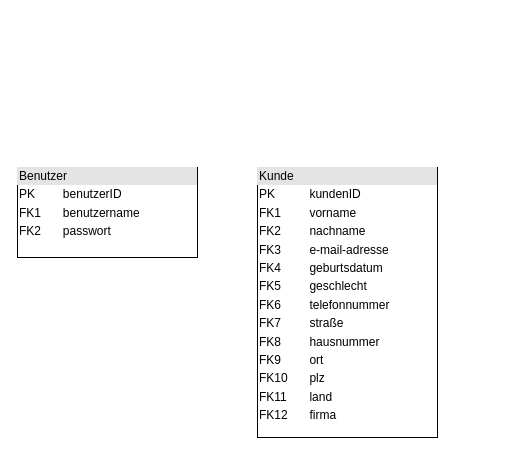
Brotbeutel/Kundenverwaltung keeps this draw.io diagram as Docs/Diagramme/UML.drawio. Above is the earlier version. Source tidied: cells renumbered, new cells numbered last; positions are measured from the earlier drawing's top-left corner, leaving out a move shared by most shapes. Both pictures are drawn from the tidied source at 100%, with x=0, y=0 at pixel (17, 167).
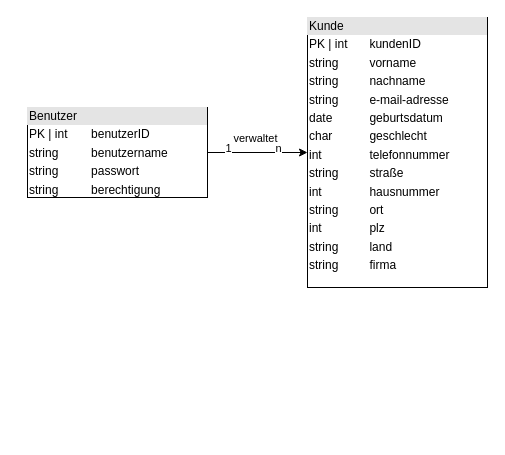
Above is the later version.

The edit, as a diff of the source:
```diff
@@
 <mxGraphModel>
   <root>
     <mxCell id="0" />
     <mxCell id="1" parent="0" />
-    <mxCell id="2" value="&lt;div style=&quot;box-sizing: border-box; width: 100%; background: rgb(228, 228, 228); padding: 2px;&quot;&gt;Kunde&lt;/div&gt;&lt;table style=&quot;width:100%;font-size:1em;&quot; cellpadding=&quot;2&quot; cellspacing=&quot;0&quot;&gt;&lt;tbody&gt;&lt;tr&gt;&lt;td&gt;PK&lt;/td&gt;&lt;td&gt;kundenID&lt;/td&gt;&lt;/tr&gt;&lt;tr&gt;&lt;td&gt;FK1&lt;/td&gt;&lt;td&gt;vorname&lt;/td&gt;&lt;/tr&gt;&lt;tr&gt;&lt;td&gt;FK2&lt;/td&gt;&lt;td&gt;nachname&lt;/td&gt;&lt;/tr&gt;&lt;tr&gt;&lt;td&gt;FK3&lt;/td&gt;&lt;td&gt;e-mail-adresse&lt;/td&gt;&lt;/tr&gt;&lt;tr&gt;&lt;td&gt;FK4&lt;/td&gt;&lt;td&gt;geburtsdatum&lt;/td&gt;&lt;/tr&gt;&lt;tr&gt;&lt;td&gt;FK5&lt;/td&gt;&lt;td&gt;geschlecht&lt;/td&gt;&lt;/tr&gt;&lt;tr&gt;&lt;td&gt;FK6&lt;/td&gt;&lt;td&gt;telefonnummer&lt;/td&gt;&lt;/tr&gt;&lt;tr&gt;&lt;td&gt;FK7&lt;/td&gt;&lt;td&gt;straße&lt;/td&gt;&lt;/tr&gt;&lt;tr&gt;&lt;td&gt;FK8&lt;/td&gt;&lt;td&gt;hausnummer&lt;/td&gt;&lt;/tr&gt;&lt;tr&gt;&lt;td&gt;FK9&lt;/td&gt;&lt;td&gt;ort&lt;/td&gt;&lt;/tr&gt;&lt;tr&gt;&lt;td&gt;FK10&lt;/td&gt;&lt;td&gt;plz&lt;/td&gt;&lt;/tr&gt;&lt;tr&gt;&lt;td&gt;FK11&lt;/td&gt;&lt;td&gt;land&lt;/td&gt;&lt;/tr&gt;&lt;tr&gt;&lt;td&gt;FK12&lt;/td&gt;&lt;td&gt;firma&lt;/td&gt;&lt;/tr&gt;&lt;/tbody&gt;&lt;/table&gt;" style="verticalAlign=top;align=left;overflow=fill;html=1;whiteSpace=wrap;" parent="1" vertex="1">
-      <mxGeometry x="240" width="180" height="270" as="geometry" />
+    <mxCell id="2" value="&lt;div style=&quot;box-sizing: border-box; width: 100%; background: rgb(228, 228, 228); padding: 2px;&quot;&gt;Kunde&lt;/div&gt;&lt;table style=&quot;width:100%;font-size:1em;&quot; cellpadding=&quot;2&quot; cellspacing=&quot;0&quot;&gt;&lt;tbody&gt;&lt;tr&gt;&lt;td&gt;PK | int&lt;/td&gt;&lt;td&gt;kundenID&lt;/td&gt;&lt;/tr&gt;&lt;tr&gt;&lt;td&gt;string&lt;/td&gt;&lt;td&gt;vorname&lt;/td&gt;&lt;/tr&gt;&lt;tr&gt;&lt;td&gt;string&lt;/td&gt;&lt;td&gt;nachname&lt;/td&gt;&lt;/tr&gt;&lt;tr&gt;&lt;td&gt;string&lt;/td&gt;&lt;td&gt;e-mail-adresse&lt;/td&gt;&lt;/tr&gt;&lt;tr&gt;&lt;td&gt;date&lt;/td&gt;&lt;td&gt;geburtsdatum&lt;/td&gt;&lt;/tr&gt;&lt;tr&gt;&lt;td&gt;char&lt;/td&gt;&lt;td&gt;geschlecht&lt;/td&gt;&lt;/tr&gt;&lt;tr&gt;&lt;td&gt;int&lt;/td&gt;&lt;td&gt;telefonnummer&lt;/td&gt;&lt;/tr&gt;&lt;tr&gt;&lt;td&gt;string&lt;/td&gt;&lt;td&gt;straße&lt;/td&gt;&lt;/tr&gt;&lt;tr&gt;&lt;td&gt;int&lt;/td&gt;&lt;td&gt;hausnummer&lt;/td&gt;&lt;/tr&gt;&lt;tr&gt;&lt;td&gt;string&lt;/td&gt;&lt;td&gt;ort&lt;/td&gt;&lt;/tr&gt;&lt;tr&gt;&lt;td&gt;int&lt;/td&gt;&lt;td&gt;plz&lt;/td&gt;&lt;/tr&gt;&lt;tr&gt;&lt;td&gt;string&lt;/td&gt;&lt;td&gt;land&lt;/td&gt;&lt;/tr&gt;&lt;tr&gt;&lt;td&gt;string&lt;/td&gt;&lt;td&gt;firma&lt;/td&gt;&lt;/tr&gt;&lt;/tbody&gt;&lt;/table&gt;" style="verticalAlign=top;align=left;overflow=fill;html=1;whiteSpace=wrap;" parent="1" vertex="1">
+      <mxGeometry x="290" y="-150" width="180" height="270" as="geometry" />
     </mxCell>
+    <mxCell id="4" style="edgeStyle=orthogonalEdgeStyle;rounded=0;jettySize=auto;html=1;" parent="1" edge="1" source="3" target="2">
+      <mxGeometry relative="1" as="geometry" />
+    </mxCell>
+    <mxCell id="5" value="1" style="edgeLabel;html=1;align=center;verticalAlign=middle;" parent="4" vertex="1">
+      <mxGeometry x="-0.67" relative="1" as="geometry">
+        <mxPoint x="4" y="-5" as="offset" />
+      </mxGeometry>
+    </mxCell>
+    <mxCell id="6" value="n" style="edgeLabel;html=1;align=center;verticalAlign=middle;" parent="4" vertex="1">
+      <mxGeometry x="0.7" y="3" relative="1" as="geometry">
+        <mxPoint x="-15" y="-2" as="offset" />
+      </mxGeometry>
+    </mxCell>
+    <mxCell id="7" value="verwaltet" style="edgeLabel;html=1;align=center;verticalAlign=middle;" parent="4" vertex="1">
+      <mxGeometry x="-0.06" y="-1" relative="1" as="geometry">
+        <mxPoint y="-16" as="offset" />
+      </mxGeometry>
+    </mxCell>
-    <mxCell id="3" value="&lt;div style=&quot;box-sizing: border-box; width: 100%; background: rgb(228, 228, 228); padding: 2px;&quot;&gt;Benutzer&lt;/div&gt;&lt;table style=&quot;width:100%;font-size:1em;&quot; cellpadding=&quot;2&quot; cellspacing=&quot;0&quot;&gt;&lt;tbody&gt;&lt;tr&gt;&lt;td&gt;PK&lt;/td&gt;&lt;td&gt;benutzerID&lt;/td&gt;&lt;/tr&gt;&lt;tr&gt;&lt;td&gt;FK1&lt;/td&gt;&lt;td&gt;benutzername&lt;/td&gt;&lt;/tr&gt;&lt;tr&gt;&lt;td&gt;FK2&lt;/td&gt;&lt;td&gt;passwort&lt;/td&gt;&lt;/tr&gt;&lt;/tbody&gt;&lt;/table&gt;" style="verticalAlign=top;align=left;overflow=fill;html=1;whiteSpace=wrap;" parent="1" vertex="1">
-      <mxGeometry width="180" height="90" as="geometry" />
+    <mxCell id="3" value="&lt;div style=&quot;box-sizing: border-box; width: 100%; background: rgb(228, 228, 228); padding: 2px;&quot;&gt;Benutzer&lt;/div&gt;&lt;table style=&quot;width:100%;font-size:1em;&quot; cellpadding=&quot;2&quot; cellspacing=&quot;0&quot;&gt;&lt;tbody&gt;&lt;tr&gt;&lt;td&gt;PK | int&lt;/td&gt;&lt;td&gt;benutzerID&lt;/td&gt;&lt;/tr&gt;&lt;tr&gt;&lt;td&gt;string&lt;/td&gt;&lt;td&gt;benutzername&lt;/td&gt;&lt;/tr&gt;&lt;tr&gt;&lt;td&gt;string&lt;/td&gt;&lt;td&gt;passwort&lt;/td&gt;&lt;/tr&gt;&lt;tr&gt;&lt;td&gt;string&lt;/td&gt;&lt;td&gt;berechtigung&lt;/td&gt;&lt;/tr&gt;&lt;/tbody&gt;&lt;/table&gt;" style="verticalAlign=top;align=left;overflow=fill;html=1;whiteSpace=wrap;" parent="1" vertex="1">
+      <mxGeometry x="10" y="-60" width="180" height="90" as="geometry" />
     </mxCell>
   </root>
 </mxGraphModel>
```
